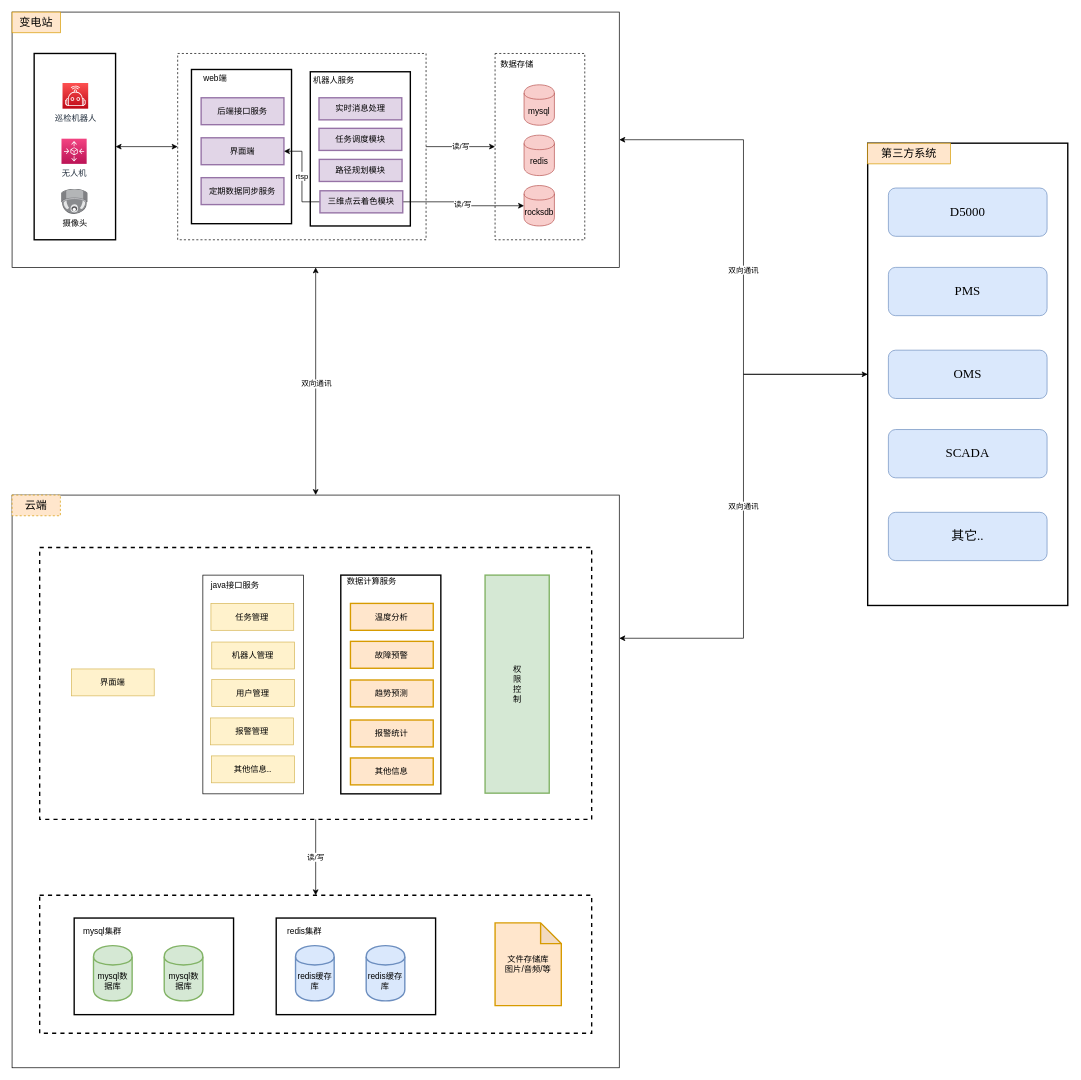
Above: ydrobot-framework-v2.1.drawio in wangyufei0807/draw (draw.io), before the change. Source tidied: cells renumbered, new cells numbered last; positions are measured from the earlier drawing's top-left corner, leaving out a move shared by most shapes. Both pictures are drawn from the tidied source at 69%, with x=0, y=0 at pixel (12, 12).
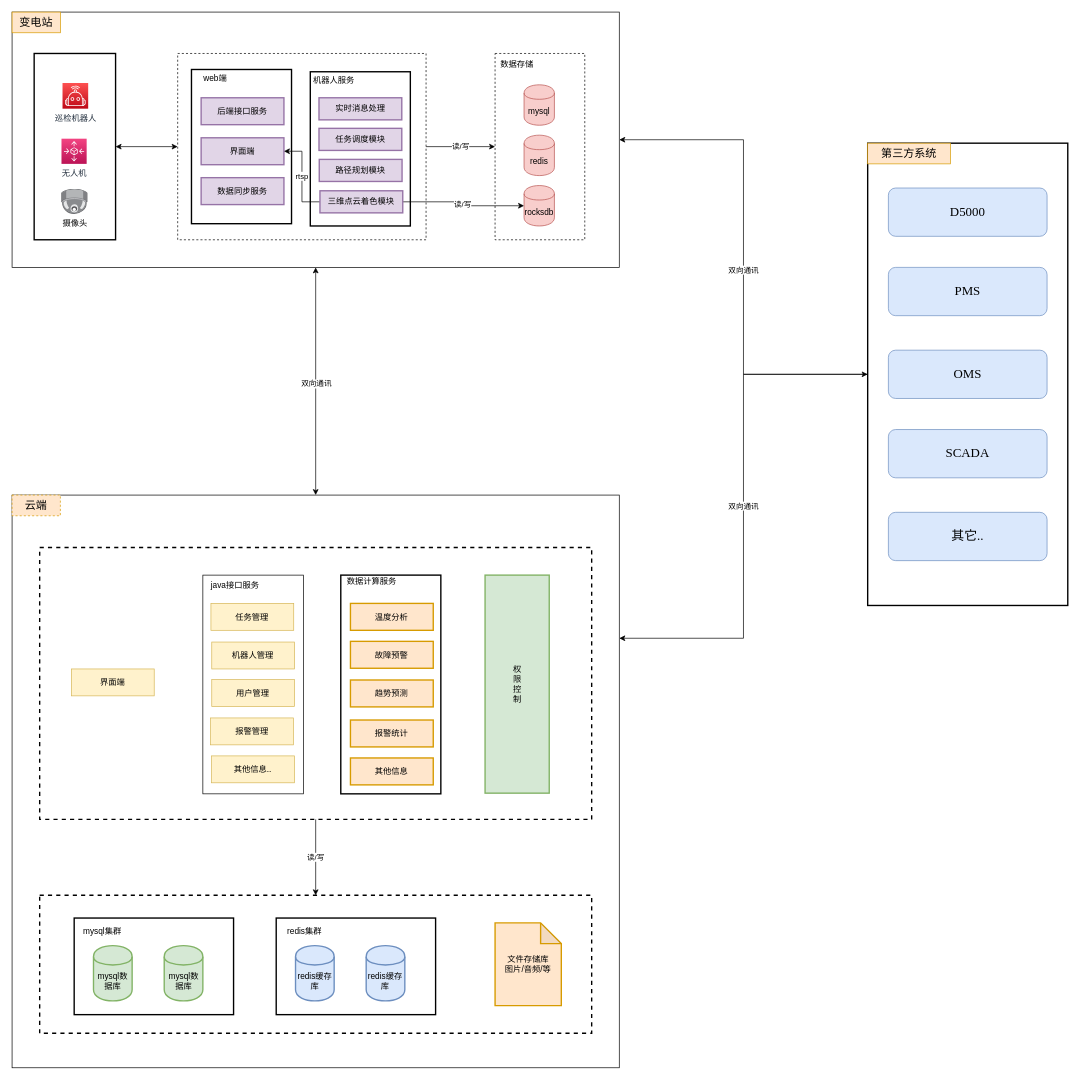
After the change.

Diff of the diagram source:
```diff
@@
-    <mxCell id="60" value="定期数据同步服务" style="rounded=0;whiteSpace=wrap;html=1;labelBackgroundColor=none;strokeWidth=2;fillColor=#e1d5e7;strokeColor=#9673a6;" parent="1" vertex="1">
+    <mxCell id="60" value="数据同步服务" style="rounded=0;whiteSpace=wrap;html=1;labelBackgroundColor=none;strokeWidth=2;fillColor=#e1d5e7;strokeColor=#9673a6;" parent="1" vertex="1">
       <mxGeometry x="274" y="240" width="120" height="39" as="geometry" />
     </mxCell>
```
